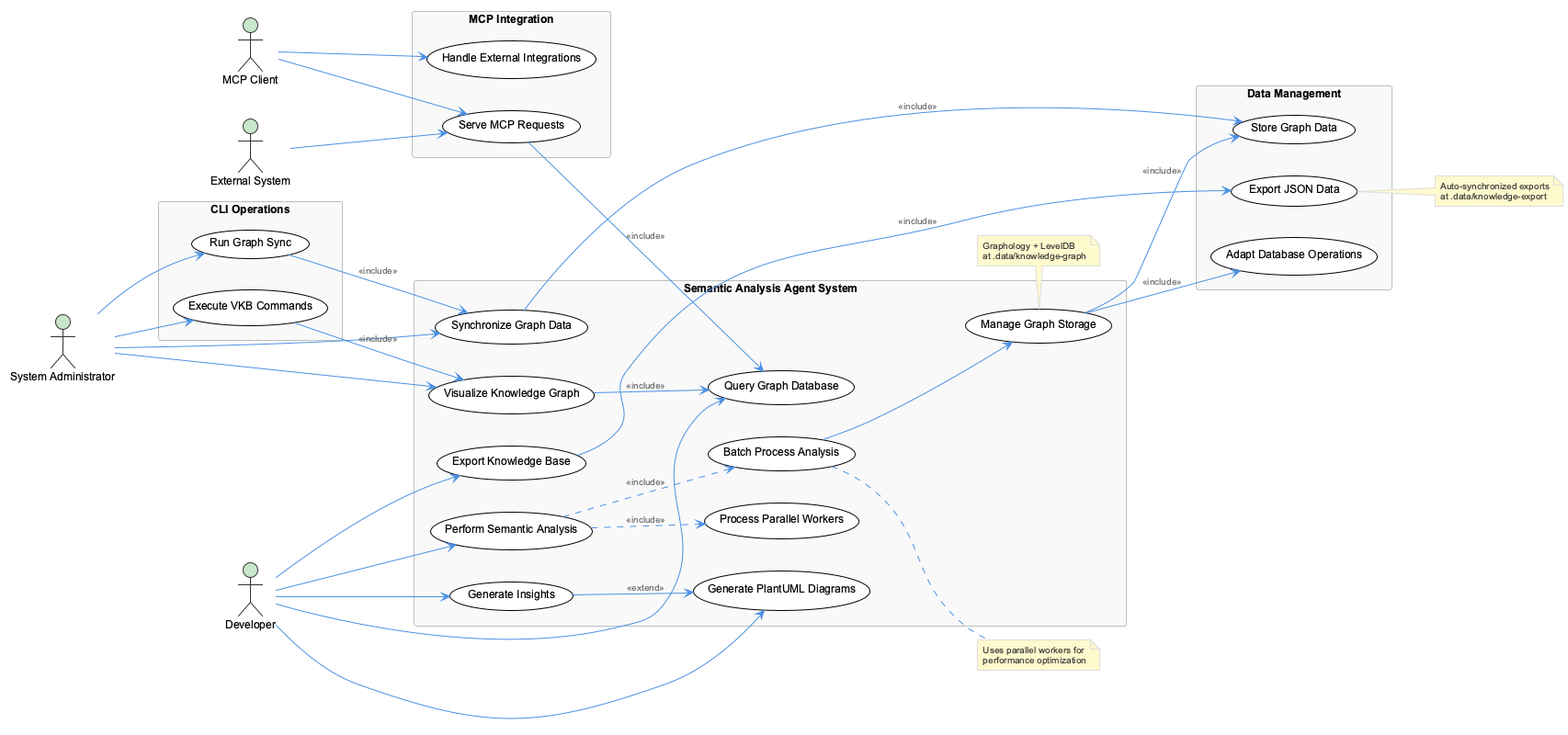
Before: knowledge-management/insights/images/semantic-analysis-agent-system-implementation-use-cases.png, a diagram exported from PlantUML (fwornle/coding).
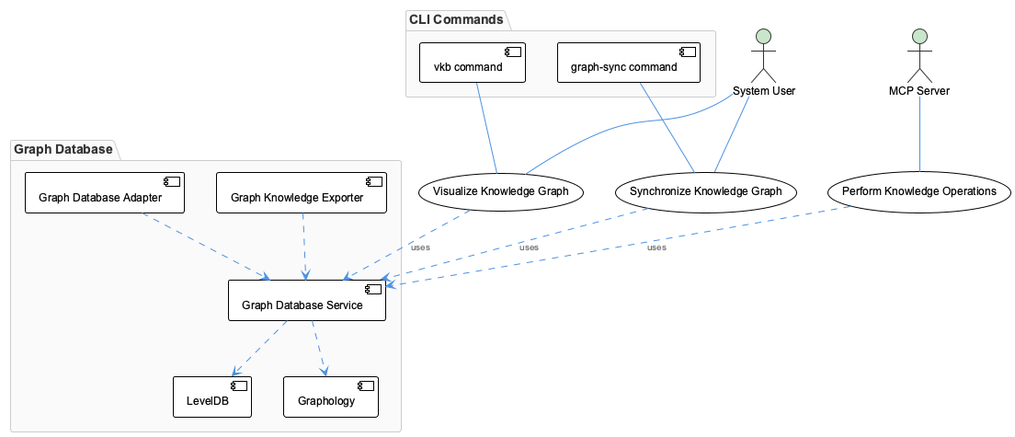
The same diagram one commit later.

Change to the diagram source:
```diff
@@ -1,84 +1,39 @@
 @startuml
 !include /Users/q284340/Agentic/coding/docs/puml/_standard-style.puml
 
-left to right direction
+actor User as "System User"
+actor MCP_Server as "MCP Server"
 
-actor "System Administrator" as admin
-actor "Developer" as dev
-actor "MCP Client" as mcp
-actor "External System" as ext
+usecase "Visualize Knowledge Graph" as (Visualize)
+usecase "Synchronize Knowledge Graph" as (Synchronize)
+usecase "Perform Knowledge Operations" as (KnowledgeOperations)
 
-rectangle "Semantic Analysis Agent System" {
-    usecase "Perform Semantic Analysis" as analyze
-    usecase "Generate Insights" as insights
-    usecase "Generate PlantUML Diagrams" as plantuml
-    usecase "Batch Process Analysis" as batch
-    usecase "Visualize Knowledge Graph" as visualize
-    usecase "Synchronize Graph Data" as sync
-    usecase "Export Knowledge Base" as export
-    usecase "Query Graph Database" as query
-    usecase "Manage Graph Storage" as storage
-    usecase "Process Parallel Workers" as parallel
+User -- (Visualize)
+User -- (Synchronize)
+MCP_Server -- (KnowledgeOperations)
+
+package "Graph Database" {
+  component GraphDatabaseService as "Graph Database Service"
+  component GraphDatabaseAdapter as "Graph Database Adapter"
+  component GraphKnowledgeExporter as "Graph Knowledge Exporter"
+  component LevelDB as "LevelDB"
+  component Graphology as "Graphology"
+
+  GraphDatabaseService ..> Graphology
+  GraphDatabaseService ..> LevelDB
+  GraphDatabaseAdapter ..> GraphDatabaseService
+  GraphKnowledgeExporter ..> GraphDatabaseService
 }
 
-rectangle "Data Management" {
-    usecase "Store Graph Data" as store
-    usecase "Export JSON Data" as json_export
-    usecase "Adapt Database Operations" as adapt
+(Synchronize) ..> GraphDatabaseService : uses
+(Visualize) ..> GraphDatabaseService : uses
+(KnowledgeOperations) ..> GraphDatabaseService : uses
+
+package "CLI Commands" {
+  component vkb as "vkb command"
+  component graph_sync as "graph-sync command"
+  vkb -- (Visualize)
+  graph_sync -- (Synchronize)
 }
 
-rectangle "CLI Operations" {
-    usecase "Execute VKB Commands" as vkb
-    usecase "Run Graph Sync" as graph_sync
-}
-
-rectangle "MCP Integration" {
-    usecase "Serve MCP Requests" as mcp_serve
-    usecase "Handle External Integrations" as integrate
-}
-
-admin --> visualize
-admin --> sync
-admin --> vkb
-admin --> graph_sync
-
-dev --> analyze
-dev --> insights
-dev --> plantuml
-dev --> query
-dev --> export
-
-mcp --> mcp_serve
-mcp --> integrate
-
-ext --> mcp_serve
-
-analyze ..> batch : <<include>>
-analyze ..> parallel : <<include>>
-batch --> storage
-insights --> plantuml : <<extend>>
-visualize --> query : <<include>>
-sync --> store : <<include>>
-export --> json_export : <<include>>
-storage --> store : <<include>>
-storage --> adapt : <<include>>
-mcp_serve --> query : <<include>>
-vkb --> visualize : <<include>>
-graph_sync --> sync : <<include>>
-
-note right of batch
-  Uses parallel workers for
-  performance optimization
-end note
-
-note bottom of storage
-  Graphology + LevelDB
-  at .data/knowledge-graph
-end note
-
-note right of json_export
-  Auto-synchronized exports
-  at .data/knowledge-export
-end note
-
 @enduml
```
